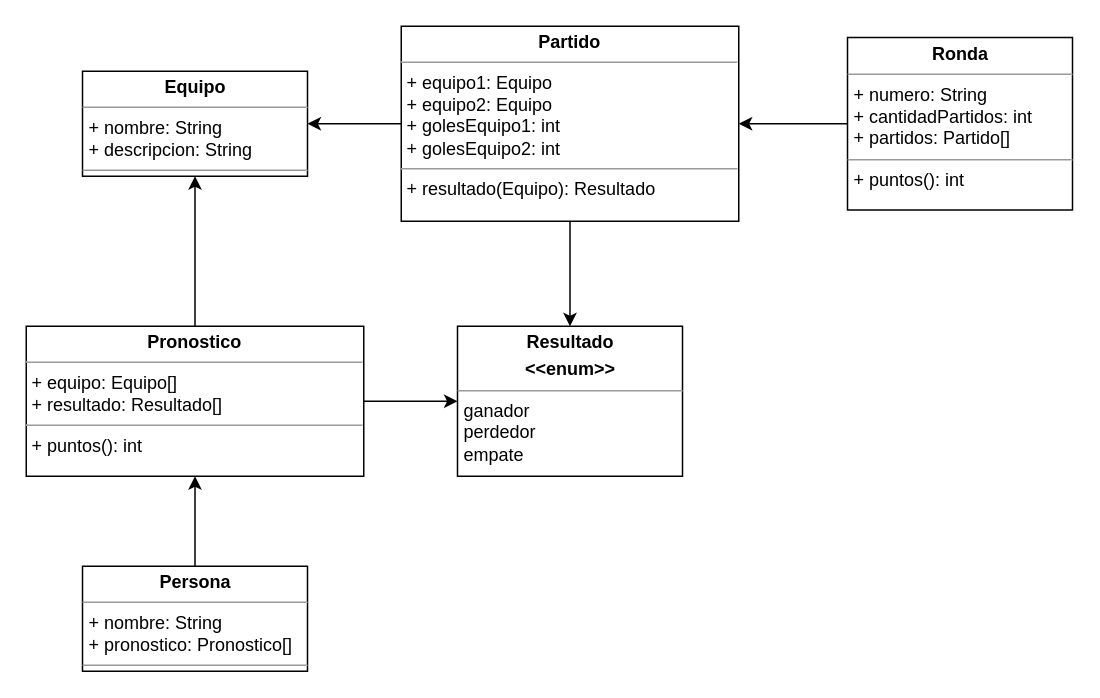
Before: especificaciones/Diagrama propuesto.drawio in DogtorColmillo/Trabajo-Integrador, a draw.io diagram. Source tidied: cells renumbered, new cells numbered last; positions are measured from the earlier drawing's top-left corner, leaving out a move shared by most shapes. Both pictures are drawn from the tidied source at 150%, with x=0, y=0 at pixel (26, 26).
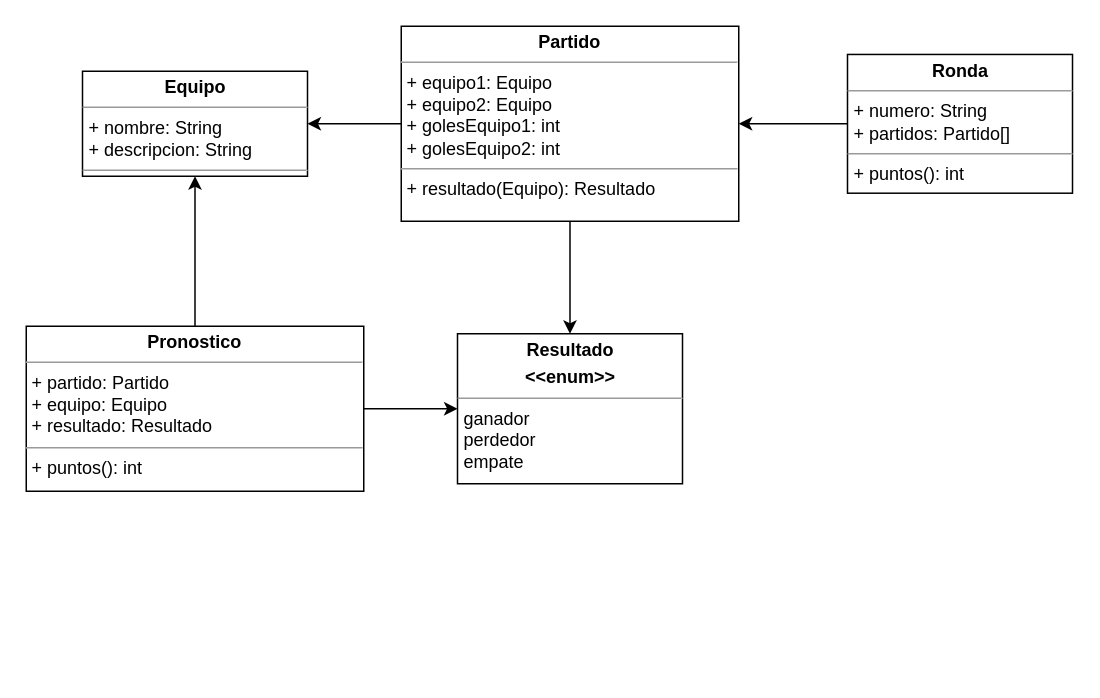
After the change.

Diff of the diagram source:
```diff
@@
 <mxGraphModel>
   <root>
     <mxCell id="0" />
     <mxCell id="1" parent="0" />
     <mxCell id="2" value="&lt;p style=&quot;margin:0px;margin-top:4px;text-align:center;&quot;&gt;&lt;b&gt;Equipo&lt;/b&gt;&lt;/p&gt;&lt;hr size=&quot;1&quot;&gt;&lt;p style=&quot;margin:0px;margin-left:4px;&quot;&gt;+ nombre: String&lt;/p&gt;&lt;p style=&quot;margin:0px;margin-left:4px;&quot;&gt;+ descripcion: String&lt;/p&gt;&lt;hr size=&quot;1&quot;&gt;&lt;p style=&quot;margin:0px;margin-left:4px;&quot;&gt;&lt;br&gt;&lt;/p&gt;" style="verticalAlign=top;align=left;overflow=fill;fontSize=12;fontFamily=Helvetica;html=1;" parent="1" vertex="1">
       <mxGeometry x="37.5" y="30" width="150" height="70" as="geometry" />
     </mxCell>
     <mxCell id="3" style="edgeStyle=none;html=1;exitX=0;exitY=0.5;exitDx=0;exitDy=0;entryX=1;entryY=0.5;entryDx=0;entryDy=0;" parent="1" edge="1" source="5" target="2">
       <mxGeometry relative="1" as="geometry" />
     </mxCell>
     <mxCell id="4" style="edgeStyle=none;html=1;exitX=0.5;exitY=1;exitDx=0;exitDy=0;entryX=0.5;entryY=0;entryDx=0;entryDy=0;" parent="1" edge="1" source="5" target="8">
       <mxGeometry relative="1" as="geometry" />
     </mxCell>
     <mxCell id="5" value="&lt;p style=&quot;margin:0px;margin-top:4px;text-align:center;&quot;&gt;&lt;b&gt;Partido&lt;/b&gt;&lt;/p&gt;&lt;hr size=&quot;1&quot;&gt;&lt;p style=&quot;margin:0px;margin-left:4px;&quot;&gt;+ equipo1: Equipo&lt;/p&gt;&lt;p style=&quot;margin:0px;margin-left:4px;&quot;&gt;+ equipo2: Equipo&lt;br&gt;&lt;/p&gt;&lt;p style=&quot;margin:0px;margin-left:4px;&quot;&gt;+ golesEquipo1: int&lt;/p&gt;&lt;p style=&quot;margin:0px;margin-left:4px;&quot;&gt;+ golesEquipo2: int&lt;br&gt;&lt;/p&gt;&lt;hr size=&quot;1&quot;&gt;&lt;p style=&quot;margin:0px;margin-left:4px;&quot;&gt;+ resultado(Equipo): Resultado&lt;/p&gt;" style="verticalAlign=top;align=left;overflow=fill;fontSize=12;fontFamily=Helvetica;html=1;" parent="1" vertex="1">
       <mxGeometry x="250" width="225" height="130" as="geometry" />
     </mxCell>
     <mxCell id="6" style="edgeStyle=none;html=1;exitX=0;exitY=0.5;exitDx=0;exitDy=0;entryX=1;entryY=0.5;entryDx=0;entryDy=0;" parent="1" edge="1" source="7" target="5">
       <mxGeometry relative="1" as="geometry" />
     </mxCell>
-    <mxCell id="7" value="&lt;p style=&quot;margin:0px;margin-top:4px;text-align:center;&quot;&gt;&lt;b&gt;Ronda&lt;/b&gt;&lt;/p&gt;&lt;hr size=&quot;1&quot;&gt;&lt;p style=&quot;margin:0px;margin-left:4px;&quot;&gt;+ numero: String&lt;/p&gt;&lt;p style=&quot;margin:0px;margin-left:4px;&quot;&gt;+ cantidadPartidos: int&lt;/p&gt;&lt;p style=&quot;margin:0px;margin-left:4px;&quot;&gt;+ partidos: Partido[]&lt;/p&gt;&lt;hr size=&quot;1&quot;&gt;&lt;p style=&quot;margin:0px;margin-left:4px;&quot;&gt;+ puntos(): int&lt;/p&gt;" style="verticalAlign=top;align=left;overflow=fill;fontSize=12;fontFamily=Helvetica;html=1;" parent="1" vertex="1">
-      <mxGeometry x="547.5" y="7.5" width="150" height="115" as="geometry" />
+    <mxCell id="7" value="&lt;p style=&quot;margin:0px;margin-top:4px;text-align:center;&quot;&gt;&lt;b&gt;Ronda&lt;/b&gt;&lt;/p&gt;&lt;hr size=&quot;1&quot;&gt;&lt;p style=&quot;margin:0px;margin-left:4px;&quot;&gt;+ numero: String&lt;/p&gt;&lt;p style=&quot;margin:0px;margin-left:4px;&quot;&gt;&lt;span style=&quot;background-color: initial;&quot;&gt;+ partidos: Partido[]&lt;/span&gt;&lt;br&gt;&lt;/p&gt;&lt;hr size=&quot;1&quot;&gt;&lt;p style=&quot;margin:0px;margin-left:4px;&quot;&gt;+ puntos(): int&lt;/p&gt;" style="verticalAlign=top;align=left;overflow=fill;fontSize=12;fontFamily=Helvetica;html=1;" parent="1" vertex="1">
+      <mxGeometry x="547.5" y="18.8" width="150" height="92.5" as="geometry" />
     </mxCell>
     <mxCell id="8" value="&lt;p style=&quot;margin:0px;margin-top:4px;text-align:center;&quot;&gt;&lt;b&gt;Resultado&lt;/b&gt;&lt;/p&gt;&lt;p style=&quot;margin:0px;margin-top:4px;text-align:center;&quot;&gt;&lt;b&gt;&amp;lt;&amp;lt;enum&amp;gt;&amp;gt;&lt;/b&gt;&lt;/p&gt;&lt;hr size=&quot;1&quot;&gt;&lt;p style=&quot;margin:0px;margin-left:4px;&quot;&gt;ganador&lt;/p&gt;&lt;p style=&quot;margin:0px;margin-left:4px;&quot;&gt;perdedor&lt;/p&gt;&lt;p style=&quot;margin:0px;margin-left:4px;&quot;&gt;empate&lt;/p&gt;&lt;p style=&quot;margin:0px;margin-left:4px;&quot;&gt;&lt;br&gt;&lt;/p&gt;" style="verticalAlign=top;align=left;overflow=fill;fontSize=12;fontFamily=Helvetica;html=1;" parent="1" vertex="1">
-      <mxGeometry x="287.5" y="200" width="150" height="100" as="geometry" />
+      <mxGeometry x="287.5" y="205" width="150" height="100" as="geometry" />
     </mxCell>
     <mxCell id="9" style="edgeStyle=none;html=1;exitX=1;exitY=0.5;exitDx=0;exitDy=0;entryX=0;entryY=0.5;entryDx=0;entryDy=0;" parent="1" edge="1" source="11" target="8">
       <mxGeometry relative="1" as="geometry" />
     </mxCell>
     <mxCell id="10" style="edgeStyle=none;html=1;exitX=0.5;exitY=0;exitDx=0;exitDy=0;entryX=0.5;entryY=1;entryDx=0;entryDy=0;" parent="1" edge="1" source="11" target="2">
       <mxGeometry relative="1" as="geometry" />
     </mxCell>
-    <mxCell id="11" value="&lt;p style=&quot;margin:0px;margin-top:4px;text-align:center;&quot;&gt;&lt;b&gt;Pronostico&lt;/b&gt;&lt;/p&gt;&lt;hr size=&quot;1&quot;&gt;&lt;p style=&quot;margin:0px;margin-left:4px;&quot;&gt;&lt;span style=&quot;background-color: initial;&quot;&gt;+ equipo: Equipo[]&lt;/span&gt;&lt;br&gt;&lt;/p&gt;&lt;p style=&quot;margin:0px;margin-left:4px;&quot;&gt;+ resultado: Resultado[]&lt;/p&gt;&lt;hr size=&quot;1&quot;&gt;&lt;p style=&quot;margin:0px;margin-left:4px;&quot;&gt;+ puntos(): int&lt;/p&gt;" style="verticalAlign=top;align=left;overflow=fill;fontSize=12;fontFamily=Helvetica;html=1;" parent="1" vertex="1">
-      <mxGeometry y="200" width="225" height="100" as="geometry" />
+    <mxCell id="11" value="&lt;p style=&quot;margin:0px;margin-top:4px;text-align:center;&quot;&gt;&lt;b&gt;Pronostico&lt;/b&gt;&lt;/p&gt;&lt;hr size=&quot;1&quot;&gt;&lt;p style=&quot;margin:0px;margin-left:4px;&quot;&gt;&lt;span style=&quot;background-color: initial;&quot;&gt;+ partido: Partido&lt;/span&gt;&lt;/p&gt;&lt;p style=&quot;margin:0px;margin-left:4px;&quot;&gt;&lt;span style=&quot;background-color: initial;&quot;&gt;+ equipo: Equipo&lt;/span&gt;&lt;br&gt;&lt;/p&gt;&lt;p style=&quot;margin:0px;margin-left:4px;&quot;&gt;+ resultado: Resultado&lt;/p&gt;&lt;hr size=&quot;1&quot;&gt;&lt;p style=&quot;margin:0px;margin-left:4px;&quot;&gt;+ puntos(): int&lt;/p&gt;" style="verticalAlign=top;align=left;overflow=fill;fontSize=12;fontFamily=Helvetica;html=1;" parent="1" vertex="1">
+      <mxGeometry y="200" width="225" height="110" as="geometry" />
     </mxCell>
-    <mxCell id="12" style="edgeStyle=none;html=1;exitX=0.5;exitY=0;exitDx=0;exitDy=0;entryX=0.5;entryY=1;entryDx=0;entryDy=0;" parent="1" edge="1" source="13" target="11">
-      <mxGeometry relative="1" as="geometry" />
-    </mxCell>
-    <mxCell id="13" value="&lt;p style=&quot;margin:0px;margin-top:4px;text-align:center;&quot;&gt;&lt;b&gt;Persona&lt;/b&gt;&lt;/p&gt;&lt;hr size=&quot;1&quot;&gt;&lt;p style=&quot;margin:0px;margin-left:4px;&quot;&gt;+ nombre: String&lt;/p&gt;&lt;p style=&quot;margin:0px;margin-left:4px;&quot;&gt;+ pronostico: Pronostico[]&lt;/p&gt;&lt;hr size=&quot;1&quot;&gt;&lt;p style=&quot;margin:0px;margin-left:4px;&quot;&gt;&lt;br&gt;&lt;/p&gt;" style="verticalAlign=top;align=left;overflow=fill;fontSize=12;fontFamily=Helvetica;html=1;" parent="1" vertex="1">
-      <mxGeometry x="37.5" y="360" width="150" height="70" as="geometry" />
-    </mxCell>
   </root>
 </mxGraphModel>
```
